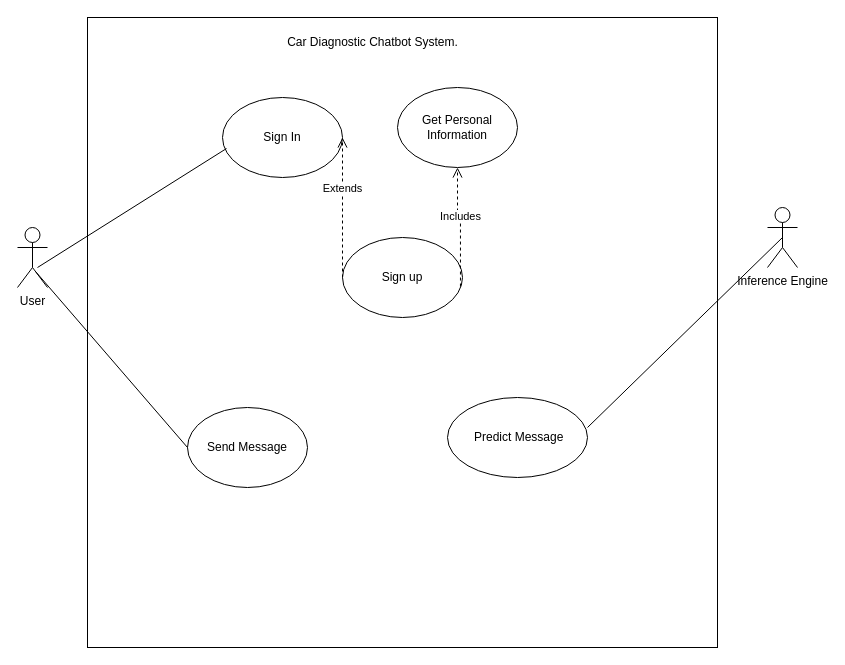
Earlier version of the draw.io diagram Use_case.drawio (Mickmacha/Car_diagnostic_chatbot). Source tidied: cells renumbered, new cells numbered last; positions are measured from the earlier drawing's top-left corner, leaving out a move shared by most shapes. Both pictures are drawn from the tidied source at 100%, with x=0, y=0 at pixel (17, 17).
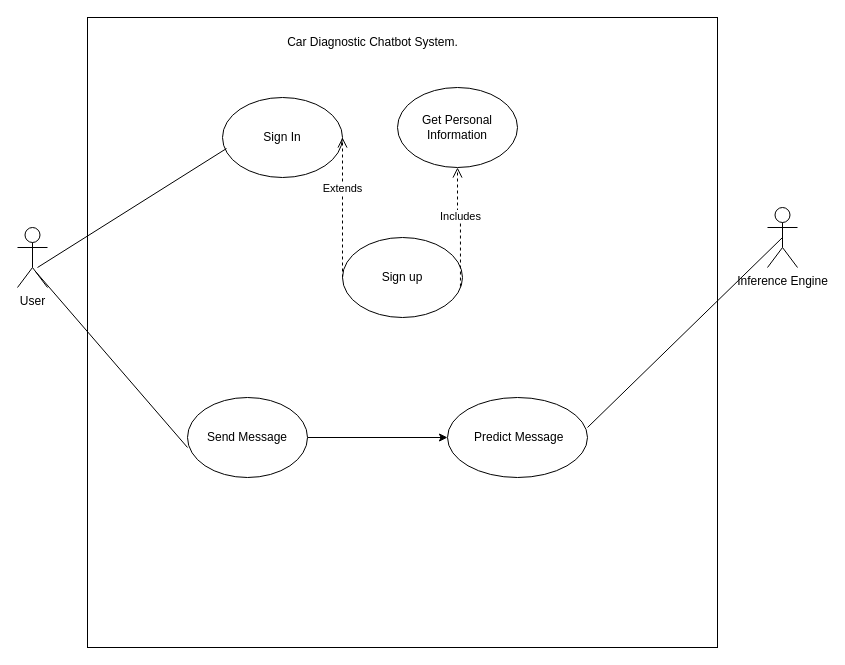
After the change.

Unchanged cells that the change refers to:
```xml
<mxCell id="10" value="&lt;span style=&quot;white-space: pre;&quot;&gt; &lt;/span&gt;Predict Message" style="ellipse;whiteSpace=wrap;html=1;" parent="1" vertex="1">
  <mxGeometry x="430" y="380" width="140" height="80" as="geometry" />
</mxCell>
```

Diff of the diagram source:
```diff
@@
+    <mxCell id="16" style="edgeStyle=orthogonalEdgeStyle;rounded=0;jettySize=auto;html=1;exitX=1;exitY=0.5;exitDx=0;exitDy=0;entryX=0;entryY=0.5;entryDx=0;entryDy=0;" parent="1" edge="1" source="9" target="10">
+      <mxGeometry relative="1" as="geometry" />
+    </mxCell>
     <mxCell id="9" value="Send Message" style="ellipse;whiteSpace=wrap;html=1;" parent="1" vertex="1">
-      <mxGeometry x="170" y="390" width="120" height="80" as="geometry" />
+      <mxGeometry x="170" y="380" width="120" height="80" as="geometry" />
     </mxCell>
```
